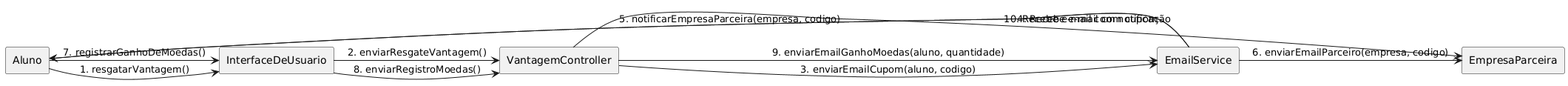
Earlier version of the PlantUML export Sistema de Moeda Estudantil/Projeto/DiagramaDeComunicacao01.png (my4wyy/Projeto-de-software). The source it was exported from:
```plantuml
@startuml
agent "Aluno" as AL
agent "InterfaceDeUsuario" as IU
agent "VantagemController" as VC
agent "EmailService" as ES
agent "EmpresaParceira" as EP

AL -> IU : 1. resgatarVantagem()
IU -> VC : 2. enviarResgateVantagem()
VC -> ES : 3. enviarEmailCupom(aluno, codigo)
ES -> AL : 4. Recebe e-mail com cupom
VC -> EP : 5. notificarEmpresaParceira(empresa, codigo)
ES -> EP : 6. enviarEmailParceiro(empresa, codigo)

AL -> IU : 7. registrarGanhoDeMoedas()
IU -> VC : 8. enviarRegistroMoedas()
VC -> ES : 9. enviarEmailGanhoMoedas(aluno, quantidade)
ES -> AL : 10. Recebe e-mail com notificação
@enduml
```
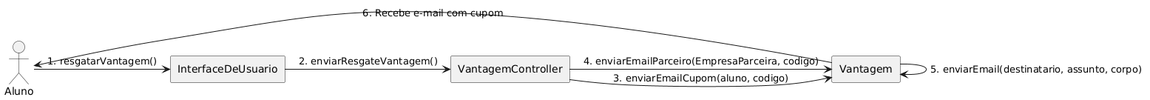
Above is the later version.

What changed in the source:
```diff
@@ -1,19 +1,13 @@
 @startuml
-agent "Aluno" as AL
+actor "Aluno" as AL
 agent "InterfaceDeUsuario" as IU
 agent "VantagemController" as VC
-agent "EmailService" as ES
-agent "EmpresaParceira" as EP
+agent "Vantagem" as V
 
 AL -> IU : 1. resgatarVantagem()
 IU -> VC : 2. enviarResgateVantagem()
-VC -> ES : 3. enviarEmailCupom(aluno, codigo)
-ES -> AL : 4. Recebe e-mail com cupom
-VC -> EP : 5. notificarEmpresaParceira(empresa, codigo)
-ES -> EP : 6. enviarEmailParceiro(empresa, codigo)
-
-AL -> IU : 7. registrarGanhoDeMoedas()
-IU -> VC : 8. enviarRegistroMoedas()
-VC -> ES : 9. enviarEmailGanhoMoedas(aluno, quantidade)
-ES -> AL : 10. Recebe e-mail com notificação
+VC -> V: 3. enviarEmailCupom(aluno, codigo)
+V -> V: 5. enviarEmail(destinatario, assunto, corpo)
+V -> AL : 6. Recebe e-mail com cupom
+VC -> V: 4. enviarEmailParceiro(EmpresaParceira, codigo)
 @enduml
```
